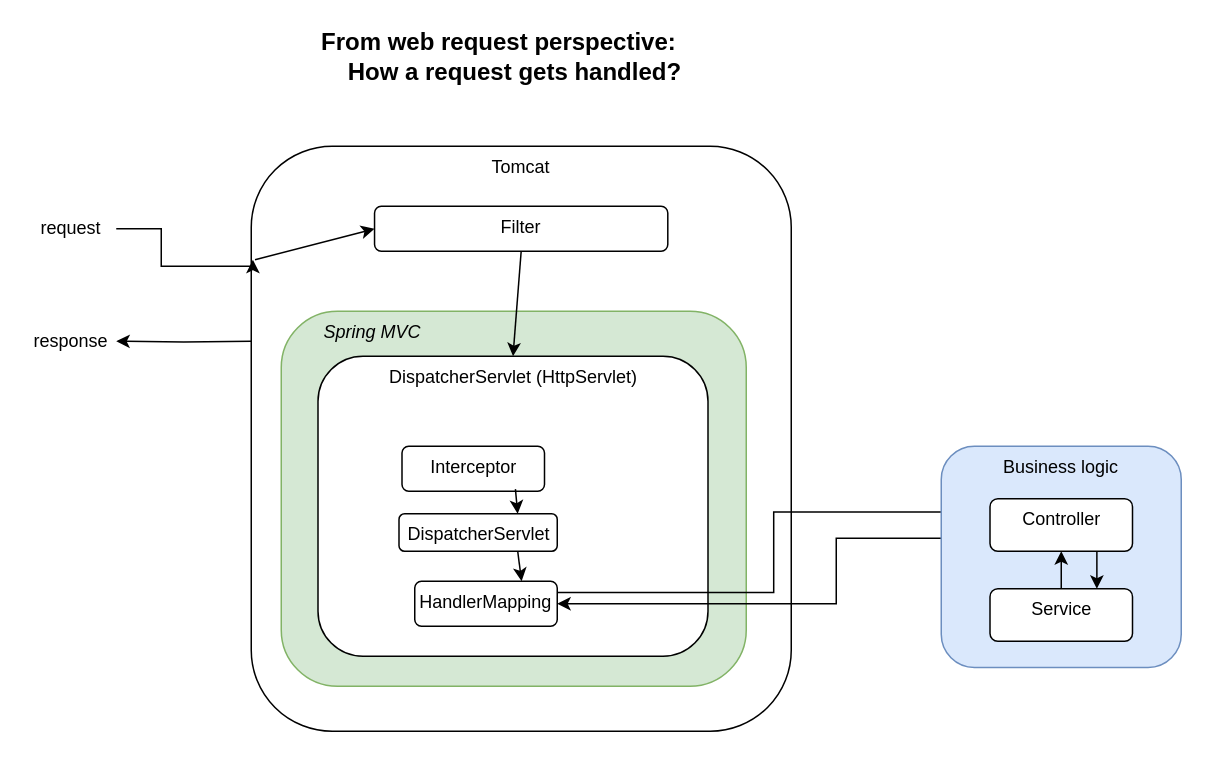
Earlier version of the draw.io diagram page "From web request perspective" (2 of 3) of Spring/SpringFramework-0-overview.drawio (xzhhzx/study-note). Source tidied: cells renumbered, new cells numbered last; positions are measured from the earlier drawing's top-left corner, leaving out a move shared by most shapes. Both pictures are drawn from the tidied source at 150%, with x=0, y=0 at pixel (26, 26).
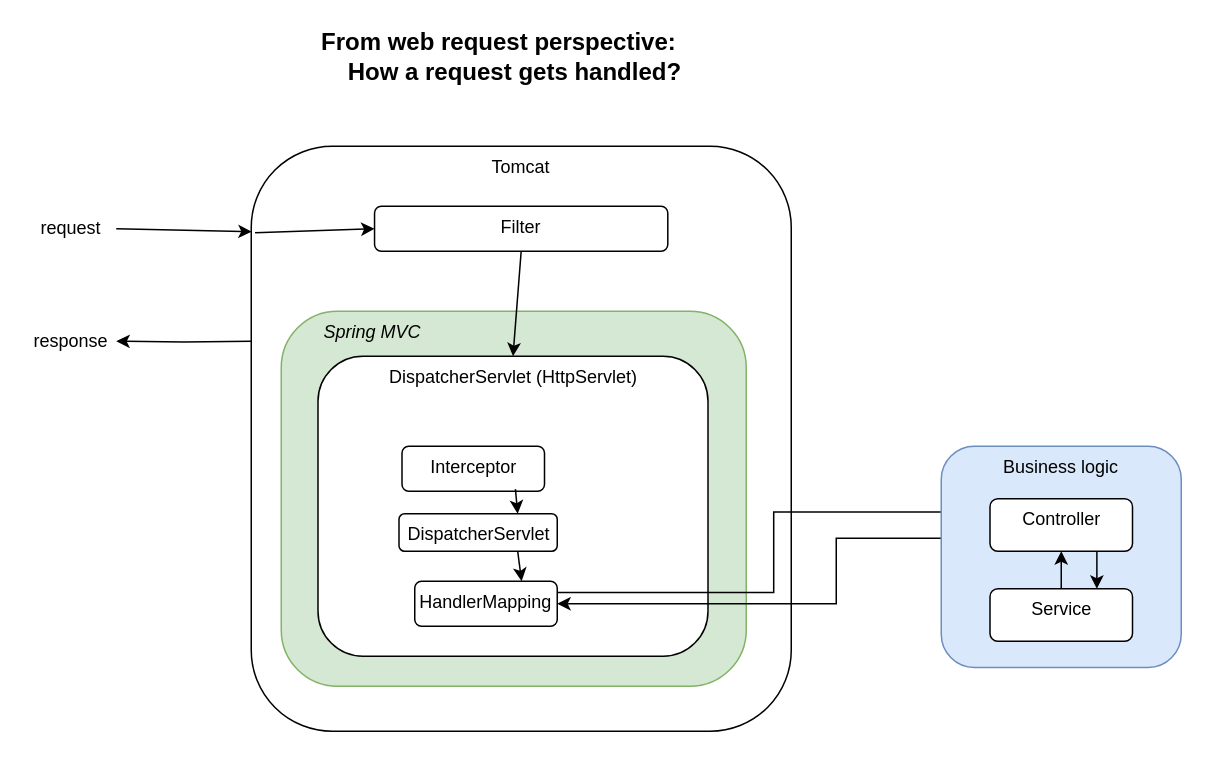
The same page after the edit.

The change refers to these unchanged cells:
```xml
<mxCell id="2" value="Tomcat" style="rounded=1;whiteSpace=wrap;html=1;verticalAlign=top;" parent="1" vertex="1">
  <mxGeometry x="150" y="80" width="360" height="390" as="geometry" />
</mxCell>
<mxCell id="4" value="request" style="text;html=1;align=center;verticalAlign=middle;whiteSpace=wrap;rounded=0;" parent="1" vertex="1">
  <mxGeometry y="120" width="60" height="30" as="geometry" />
</mxCell>
<mxCell id="8" value="Filter" style="rounded=1;whiteSpace=wrap;html=1;verticalAlign=top;" parent="1" vertex="1">
  <mxGeometry x="232.2" y="120" width="195.5" height="30" as="geometry" />
</mxCell>
```

Change to the diagram source:
```diff
@@
-    <mxCell id="3" style="edgeStyle=orthogonalEdgeStyle;rounded=0;jettySize=auto;html=1;exitX=1;exitY=0.5;exitDx=0;exitDy=0;entryX=0.003;entryY=0.194;entryDx=0;entryDy=0;entryPerimeter=0;" parent="1" edge="1" source="4" target="2">
-      <mxGeometry relative="1" as="geometry">
-        <Array as="points">
-          <mxPoint x="90" y="135" />
-          <mxPoint x="90" y="160" />
-          <mxPoint x="151" y="160" />
-        </Array>
-      </mxGeometry>
+    <mxCell id="3" style="rounded=0;jettySize=auto;html=1;exitX=1;exitY=0.5;exitDx=0;exitDy=0;entryX=0.001;entryY=0.146;entryDx=0;entryDy=0;entryPerimeter=0;" parent="1" edge="1" source="4" target="2">
+      <mxGeometry relative="1" as="geometry" />
     </mxCell>
@@
-    <mxCell id="21" style="rounded=0;jettySize=auto;html=1;entryX=0;entryY=0.5;entryDx=0;entryDy=0;exitX=0.007;exitY=0.194;exitDx=0;exitDy=0;exitPerimeter=0;" parent="1" edge="1" source="2" target="8">
+    <mxCell id="21" style="rounded=0;jettySize=auto;html=1;entryX=0;entryY=0.5;entryDx=0;entryDy=0;exitX=0.007;exitY=0.148;exitDx=0;exitDy=0;exitPerimeter=0;" parent="1" edge="1" source="2" target="8">
       <mxGeometry relative="1" as="geometry" />
     </mxCell>
```
